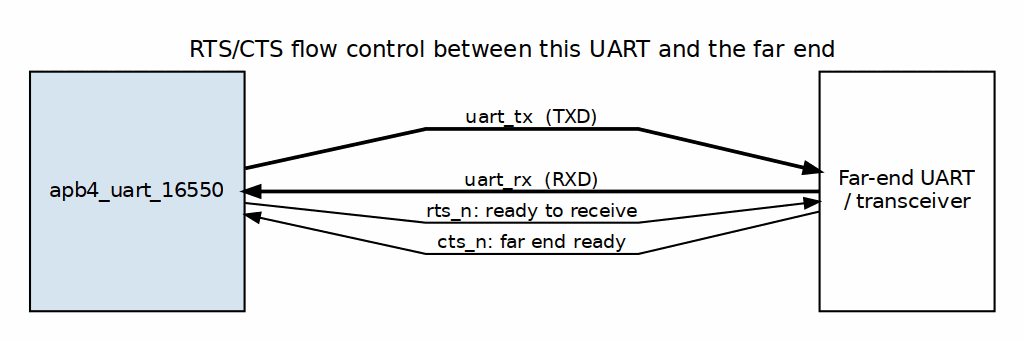
Above: projects/components/legacy-ip/retro_legacy_blocks/docs/uart_16550_mas/assets/graphviz/uart_rts_cts.png in sean-galloway/RTLDesignSherpa (Graphviz), before the change. Its source is kept beside it as projects/components/legacy-ip/retro_legacy_blocks/docs/uart_16550_mas/assets/graphviz/uart_rts_cts.dot. Source of this version:
```dot
digraph uart_rts_cts {
    graph [rankdir=LR, bgcolor="white", fontname="Helvetica", fontsize=11, nodesep="0.3", ranksep="2.4", splines=polyline, newrank=true, labelloc=t, labeljust=c, pad="0.2", label="RTS/CTS flow control between this UART and the far end"];
    node  [fontname="Helvetica", fontsize=10, shape=box, style=filled, fillcolor="#D6E4F0", color="black", margin="0.12,0.06"];
    edge  [fontname="Helvetica", fontsize=9, color="black", arrowsize=0.7];
    uart [label="apb4_uart_16550", height=1.6];
    far  [label="Far-end UART\n/ transceiver", fillcolor="white", height=1.6];
    uart -> far [penwidth=1.8, label="uart_tx  (TXD)"];
    uart -> far [dir=back, penwidth=1.8, label="uart_rx  (RXD)"];
    uart -> far [label="rts_n: ready to receive"];
    uart -> far [dir=back, label="cts_n: far end ready"];
}
```
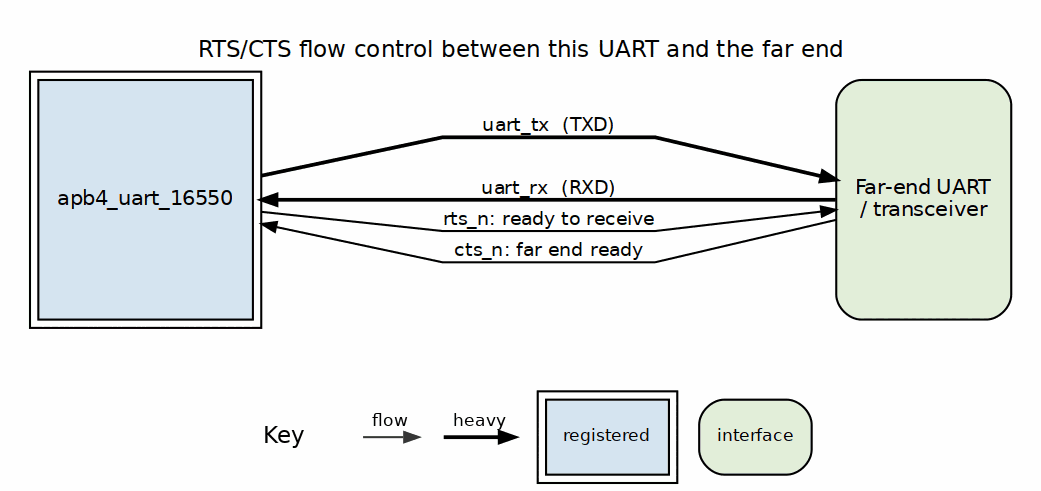
After the change.

Change to the diagram source:
```diff
@@ -1,9 +1,9 @@
 digraph uart_rts_cts {
     graph [rankdir=LR, bgcolor="white", fontname="Helvetica", fontsize=11, nodesep="0.3", ranksep="2.4", splines=polyline, newrank=true, labelloc=t, labeljust=c, pad="0.2", label="RTS/CTS flow control between this UART and the far end"];
-    node  [fontname="Helvetica", fontsize=10, shape=box, style=filled, fillcolor="#D6E4F0", color="black", margin="0.12,0.06"];
+    node  [fontname="Helvetica", fontsize=10, shape=box, style=filled, fillcolor="white", color="black", margin="0.12,0.06"];
     edge  [fontname="Helvetica", fontsize=9, color="black", arrowsize=0.7];
-    uart [label="apb4_uart_16550", height=1.6];
-    far  [label="Far-end UART\n/ transceiver", fillcolor="white", height=1.6];
+    uart [label="apb4_uart_16550", height=1.6, peripheries=2, style="filled", fillcolor="#D6E4F0"];
+    far  [label="Far-end UART\n/ transceiver", fillcolor="white", height=1.6, style="rounded,filled", fillcolor="#E2EFDA"];
     uart -> far [penwidth=1.8, label="uart_tx  (TXD)"];
     uart -> far [dir=back, penwidth=1.8, label="uart_rx  (RXD)"];
     uart -> far [label="rts_n: ready to receive"];
```
